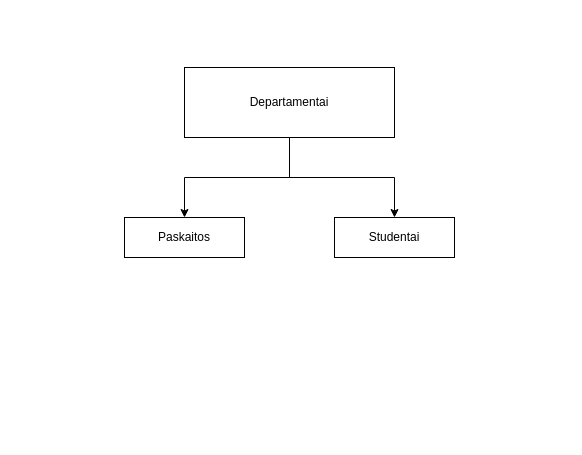
Earlier version of the draw.io diagram Schema.drawio (VytautasPivorius/Exam2_University). Source tidied: cells renumbered, new cells numbered last; positions are measured from the earlier drawing's top-left corner, leaving out a move shared by most shapes. Both pictures are drawn from the tidied source at 100%, with x=0, y=0 at pixel (124, 67).
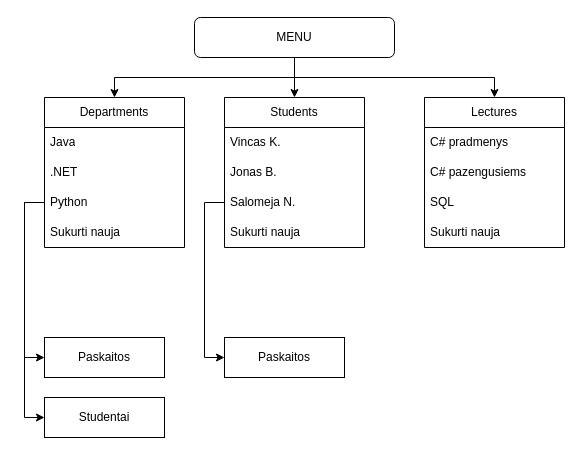
Above is the later version.

Diff of the diagram source:
```diff
@@
-    <mxCell id="2" style="edgeStyle=orthogonalEdgeStyle;rounded=0;jettySize=auto;html=1;exitX=0.5;exitY=1;exitDx=0;exitDy=0;" parent="1" edge="1" source="4" target="5">
-      <mxGeometry relative="1" as="geometry" />
-    </mxCell>
-    <mxCell id="3" style="edgeStyle=orthogonalEdgeStyle;rounded=0;jettySize=auto;html=1;exitX=0.5;exitY=1;exitDx=0;exitDy=0;" parent="1" edge="1" source="4" target="6">
-      <mxGeometry relative="1" as="geometry" />
-    </mxCell>
-    <mxCell id="4" value="Departamentai" style="rounded=0;whiteSpace=wrap;html=1;" parent="1" vertex="1">
-      <mxGeometry x="60" width="210" height="70" as="geometry" />
-    </mxCell>
     <mxCell id="5" value="Paskaitos" style="rounded=0;whiteSpace=wrap;html=1;" parent="1" vertex="1">
-      <mxGeometry y="150" width="120" height="40" as="geometry" />
+      <mxGeometry x="-80" y="270" width="120" height="40" as="geometry" />
     </mxCell>
     <mxCell id="6" value="Studentai" style="rounded=0;whiteSpace=wrap;html=1;" parent="1" vertex="1">
-      <mxGeometry x="210" y="150" width="120" height="40" as="geometry" />
+      <mxGeometry x="-80" y="330" width="120" height="40" as="geometry" />
     </mxCell>
+    <mxCell id="7" value="Departments" style="swimlane;fontStyle=0;horizontal=1;startSize=30;whiteSpace=wrap;html=1;" parent="1" vertex="1">
+      <mxGeometry x="-80" y="30" width="140" height="150" as="geometry" />
+    </mxCell>
+    <mxCell id="8" value="Java" style="text;strokeColor=none;fillColor=none;align=left;verticalAlign=middle;spacingLeft=4;spacingRight=4;overflow=hidden;whiteSpace=wrap;html=1;" parent="7" vertex="1">
+      <mxGeometry y="30" width="140" height="30" as="geometry" />
+    </mxCell>
+    <mxCell id="9" value=".NET" style="text;strokeColor=none;fillColor=none;align=left;verticalAlign=middle;spacingLeft=4;spacingRight=4;overflow=hidden;whiteSpace=wrap;html=1;" parent="7" vertex="1">
+      <mxGeometry y="60" width="140" height="30" as="geometry" />
+    </mxCell>
+    <mxCell id="10" value="Python" style="text;strokeColor=none;fillColor=none;align=left;verticalAlign=middle;spacingLeft=4;spacingRight=4;overflow=hidden;points=[[0,0.5],[1,0.5]];portConstraint=eastwest;whiteSpace=wrap;html=1;" parent="7" vertex="1">
+      <mxGeometry y="90" width="140" height="30" as="geometry" />
+    </mxCell>
+    <mxCell id="11" value="Sukurti nauja" style="text;strokeColor=none;fillColor=none;align=left;verticalAlign=middle;spacingLeft=4;spacingRight=4;overflow=hidden;whiteSpace=wrap;html=1;" parent="7" vertex="1">
+      <mxGeometry y="120" width="140" height="30" as="geometry" />
+    </mxCell>
+    <mxCell id="12" value="Students" style="swimlane;fontStyle=0;horizontal=1;startSize=30;whiteSpace=wrap;html=1;" parent="1" vertex="1">
+      <mxGeometry x="100" y="30" width="140" height="150" as="geometry" />
+    </mxCell>
+    <mxCell id="13" value="Vincas K." style="text;strokeColor=none;fillColor=none;align=left;verticalAlign=middle;spacingLeft=4;spacingRight=4;overflow=hidden;whiteSpace=wrap;html=1;" parent="12" vertex="1">
+      <mxGeometry y="30" width="140" height="30" as="geometry" />
+    </mxCell>
+    <mxCell id="14" value="Jonas B." style="text;strokeColor=none;fillColor=none;align=left;verticalAlign=middle;spacingLeft=4;spacingRight=4;overflow=hidden;whiteSpace=wrap;html=1;" parent="12" vertex="1">
+      <mxGeometry y="60" width="140" height="30" as="geometry" />
+    </mxCell>
+    <mxCell id="15" value="Salomeja N." style="text;strokeColor=none;fillColor=none;align=left;verticalAlign=middle;spacingLeft=4;spacingRight=4;overflow=hidden;points=[[0,0.5],[1,0.5]];portConstraint=eastwest;whiteSpace=wrap;html=1;" parent="12" vertex="1">
+      <mxGeometry y="90" width="140" height="30" as="geometry" />
+    </mxCell>
+    <mxCell id="16" value="Sukurti nauja" style="text;strokeColor=none;fillColor=none;align=left;verticalAlign=middle;spacingLeft=4;spacingRight=4;overflow=hidden;whiteSpace=wrap;html=1;" parent="12" vertex="1">
+      <mxGeometry y="120" width="140" height="30" as="geometry" />
+    </mxCell>
+    <mxCell id="17" value="Lectures" style="swimlane;fontStyle=0;horizontal=1;startSize=30;whiteSpace=wrap;html=1;" parent="1" vertex="1">
+      <mxGeometry x="300" y="30" width="140" height="150" as="geometry" />
+    </mxCell>
+    <mxCell id="18" value="C# pradmenys" style="text;strokeColor=none;fillColor=none;align=left;verticalAlign=middle;spacingLeft=4;spacingRight=4;overflow=hidden;whiteSpace=wrap;html=1;" parent="17" vertex="1">
+      <mxGeometry y="30" width="140" height="30" as="geometry" />
+    </mxCell>
+    <mxCell id="19" value="C# pazengusiems" style="text;strokeColor=none;fillColor=none;align=left;verticalAlign=middle;spacingLeft=4;spacingRight=4;overflow=hidden;whiteSpace=wrap;html=1;" parent="17" vertex="1">
+      <mxGeometry y="60" width="140" height="30" as="geometry" />
+    </mxCell>
+    <mxCell id="20" value="SQL" style="text;strokeColor=none;fillColor=none;align=left;verticalAlign=middle;spacingLeft=4;spacingRight=4;overflow=hidden;whiteSpace=wrap;html=1;" parent="17" vertex="1">
+      <mxGeometry y="90" width="140" height="30" as="geometry" />
+    </mxCell>
+    <mxCell id="21" value="Sukurti nauja" style="text;strokeColor=none;fillColor=none;align=left;verticalAlign=middle;spacingLeft=4;spacingRight=4;overflow=hidden;whiteSpace=wrap;html=1;" parent="17" vertex="1">
+      <mxGeometry y="120" width="140" height="30" as="geometry" />
+    </mxCell>
+    <mxCell id="22" style="edgeStyle=orthogonalEdgeStyle;rounded=0;jettySize=auto;html=1;exitX=0.5;exitY=1;exitDx=0;exitDy=0;entryX=0.5;entryY=0;entryDx=0;entryDy=0;" parent="1" edge="1" source="25" target="12">
+      <mxGeometry relative="1" as="geometry" />
+    </mxCell>
+    <mxCell id="23" style="edgeStyle=orthogonalEdgeStyle;rounded=0;jettySize=auto;html=1;exitX=0.5;exitY=1;exitDx=0;exitDy=0;" parent="1" edge="1" source="25" target="7">
+      <mxGeometry relative="1" as="geometry" />
+    </mxCell>
+    <mxCell id="24" style="edgeStyle=orthogonalEdgeStyle;rounded=0;jettySize=auto;html=1;exitX=0.5;exitY=1;exitDx=0;exitDy=0;" parent="1" edge="1" source="25" target="17">
+      <mxGeometry relative="1" as="geometry" />
+    </mxCell>
+    <mxCell id="25" value="MENU" style="rounded=1;whiteSpace=wrap;html=1;" parent="1" vertex="1">
+      <mxGeometry x="70" y="-50" width="200" height="40" as="geometry" />
+    </mxCell>
+    <mxCell id="26" style="edgeStyle=orthogonalEdgeStyle;rounded=0;orthogonalLoop=1;jettySize=auto;html=1;exitX=0.5;exitY=1;exitDx=0;exitDy=0;" parent="1" edge="1" source="25" target="25">
+      <mxGeometry relative="1" as="geometry" />
+    </mxCell>
+    <mxCell id="27" style="edgeStyle=orthogonalEdgeStyle;rounded=0;jettySize=auto;html=1;exitX=0;exitY=0.5;exitDx=0;exitDy=0;entryX=0;entryY=0.5;entryDx=0;entryDy=0;" parent="1" edge="1" source="10" target="5">
+      <mxGeometry relative="1" as="geometry" />
+    </mxCell>
+    <mxCell id="28" style="edgeStyle=orthogonalEdgeStyle;rounded=0;jettySize=auto;html=1;exitX=0;exitY=0.5;exitDx=0;exitDy=0;entryX=0;entryY=0.5;entryDx=0;entryDy=0;" parent="1" edge="1" source="10" target="6">
+      <mxGeometry relative="1" as="geometry" />
+    </mxCell>
+    <mxCell id="29" value="Paskaitos" style="rounded=0;whiteSpace=wrap;html=1;" parent="1" vertex="1">
+      <mxGeometry x="100" y="270" width="120" height="40" as="geometry" />
+    </mxCell>
+    <mxCell id="30" style="edgeStyle=orthogonalEdgeStyle;rounded=0;jettySize=auto;html=1;exitX=0;exitY=0.5;exitDx=0;exitDy=0;entryX=0;entryY=0.5;entryDx=0;entryDy=0;" parent="1" edge="1" source="15" target="29">
+      <mxGeometry relative="1" as="geometry" />
+    </mxCell>
```
